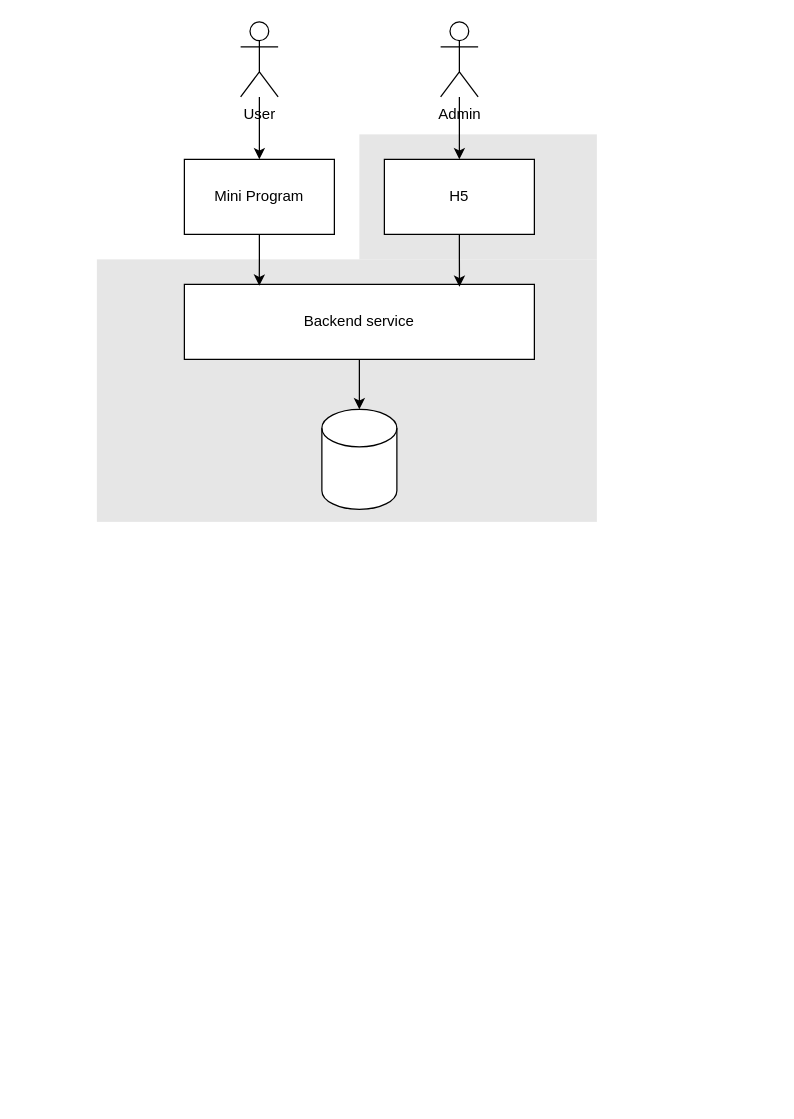
huangshijie/Drawio keeps this draw.io diagram as mini-erp.drawio. Above is the earlier version. Source tidied: cells renumbered, new cells numbered last; positions are measured from the earlier drawing's top-left corner, leaving out a move shared by most shapes. Both pictures are drawn from the tidied source at 125%, with x=0, y=0 at pixel (96, 21). Pictures stored in the file or linked from it are replaced by grey dashed boxes.
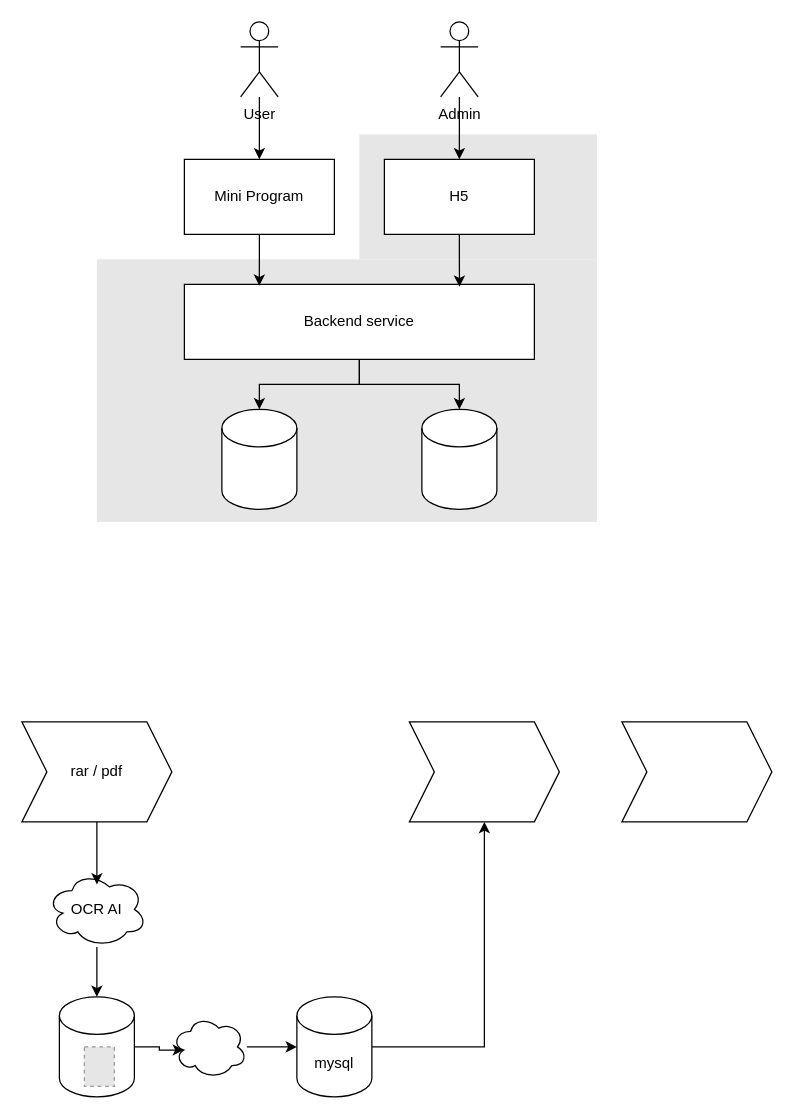
The same page after the edit.

Unchanged cells that the change refers to:
```xml
<mxCell id="2" style="group;" parent="1" vertex="1">
  <mxGeometry width="400" height="400" as="geometry" />
</mxCell>
<mxCell id="6" value="Backend service" style="rounded=0;whiteSpace=wrap;html=1;" parent="2" vertex="1">
  <mxGeometry x="70" y="210" width="280" height="60" as="geometry" />
</mxCell>
```

What changed in the source:
```diff
@@
     <mxCell id="14" style="shape=cylinder3;whiteSpace=wrap;html=1;boundedLbl=1;backgroundOutline=1;size=15;" parent="2" vertex="1">
-      <mxGeometry x="180" y="310" width="60" height="80" as="geometry" />
+      <mxGeometry x="100" y="310" width="60" height="80" as="geometry" />
     </mxCell>
@@
+    <mxCell id="16" style="shape=cylinder3;whiteSpace=wrap;html=1;boundedLbl=1;backgroundOutline=1;size=15;" parent="2" vertex="1">
+      <mxGeometry x="260" y="310" width="60" height="80" as="geometry" />
+    </mxCell>
+    <mxCell id="17" style="edgeStyle=orthogonalEdgeStyle;rounded=0;jettySize=auto;html=1;entryX=0.5;entryY=0;entryDx=0;entryDy=0;entryPerimeter=0;" parent="2" edge="1" source="6" target="16">
+      <mxGeometry relative="1" as="geometry" />
+    </mxCell>
+    <mxCell id="18" value="rar / pdf" style="shape=step;perimeter=stepPerimeter;whiteSpace=wrap;html=1;fixedSize=1;" parent="1" vertex="1">
+      <mxGeometry x="-60" y="560" width="120" height="80" as="geometry" />
+    </mxCell>
+    <mxCell id="19" style="shape=step;perimeter=stepPerimeter;whiteSpace=wrap;html=1;fixedSize=1;" parent="1" vertex="1">
+      <mxGeometry x="250" y="560" width="120" height="80" as="geometry" />
+    </mxCell>
+    <mxCell id="20" style="shape=cylinder3;whiteSpace=wrap;html=1;boundedLbl=1;backgroundOutline=1;size=15;" parent="1" vertex="1">
+      <mxGeometry x="-30" y="780" width="60" height="80" as="geometry" />
+    </mxCell>
+    <mxCell id="21" style="shape=step;perimeter=stepPerimeter;whiteSpace=wrap;html=1;fixedSize=1;" parent="1" vertex="1">
+      <mxGeometry x="420" y="560" width="120" height="80" as="geometry" />
+    </mxCell>
+    <mxCell id="22" style="edgeStyle=orthogonalEdgeStyle;rounded=0;jettySize=auto;html=1;" parent="1" edge="1" source="23" target="19">
+      <mxGeometry relative="1" as="geometry" />
+    </mxCell>
+    <mxCell id="23" value="mysql" style="shape=cylinder3;whiteSpace=wrap;html=1;boundedLbl=1;backgroundOutline=1;size=15;" parent="1" vertex="1">
+      <mxGeometry x="160" y="780" width="60" height="80" as="geometry" />
+    </mxCell>
+    <mxCell id="24" style="fillColor=#E6E6E6;strokeColor=#999999;dashed=1;verticalLabelPosition=bottom;labelBackgroundColor=default;verticalAlign=top;" parent="1" vertex="1">
+      <mxGeometry x="-10" y="820" width="24" height="31.6" as="geometry" />
+    </mxCell>
+    <mxCell id="25" value="OCR AI" style="ellipse;shape=cloud;whiteSpace=wrap;html=1;" parent="1" vertex="1">
+      <mxGeometry x="-40" y="680" width="80" height="60" as="geometry" />
+    </mxCell>
+    <mxCell id="26" style="edgeStyle=orthogonalEdgeStyle;rounded=0;jettySize=auto;html=1;entryX=0.5;entryY=0.167;entryDx=0;entryDy=0;entryPerimeter=0;" parent="1" edge="1" source="18" target="25">
+      <mxGeometry relative="1" as="geometry" />
+    </mxCell>
+    <mxCell id="27" style="edgeStyle=orthogonalEdgeStyle;rounded=0;jettySize=auto;html=1;entryX=0.5;entryY=0;entryDx=0;entryDy=0;entryPerimeter=0;" parent="1" edge="1" source="25" target="20">
+      <mxGeometry relative="1" as="geometry" />
+    </mxCell>
+    <mxCell id="28" style="ellipse;shape=cloud;whiteSpace=wrap;html=1;" parent="1" vertex="1">
+      <mxGeometry x="60" y="795" width="60" height="50" as="geometry" />
+    </mxCell>
+    <mxCell id="29" style="edgeStyle=orthogonalEdgeStyle;rounded=0;jettySize=auto;html=1;entryX=0.16;entryY=0.55;entryDx=0;entryDy=0;entryPerimeter=0;" parent="1" edge="1" source="20" target="28">
+      <mxGeometry relative="1" as="geometry" />
+    </mxCell>
+    <mxCell id="30" style="edgeStyle=orthogonalEdgeStyle;rounded=0;jettySize=auto;html=1;entryX=0;entryY=0.5;entryDx=0;entryDy=0;entryPerimeter=0;" parent="1" edge="1" source="28" target="23">
+      <mxGeometry relative="1" as="geometry" />
+    </mxCell>
```
